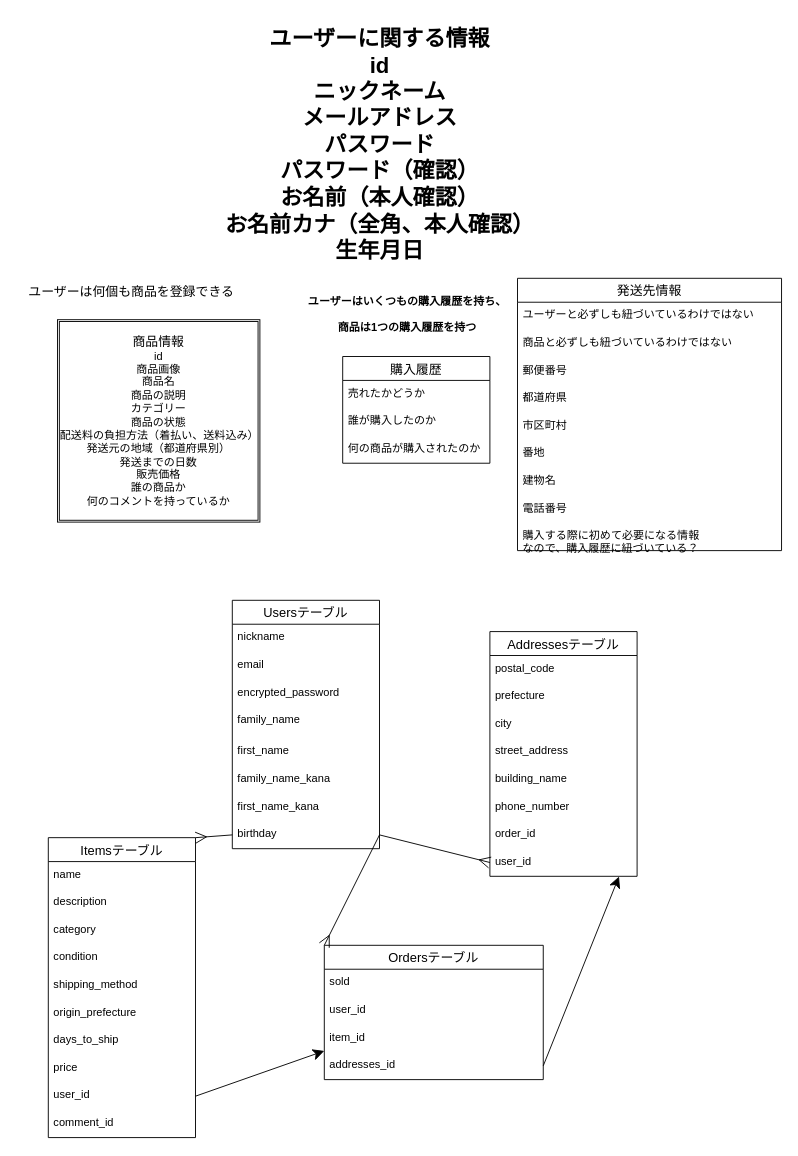
Earlier version of the draw.io diagram ER図.dio (kenkenkaiden/furima-39165). Source tidied: cells renumbered, new cells numbered last; positions are measured from the earlier drawing's top-left corner, leaving out a move shared by most shapes. Both pictures are drawn from the tidied source at 92%, with x=0, y=0 at pixel (16, 16).
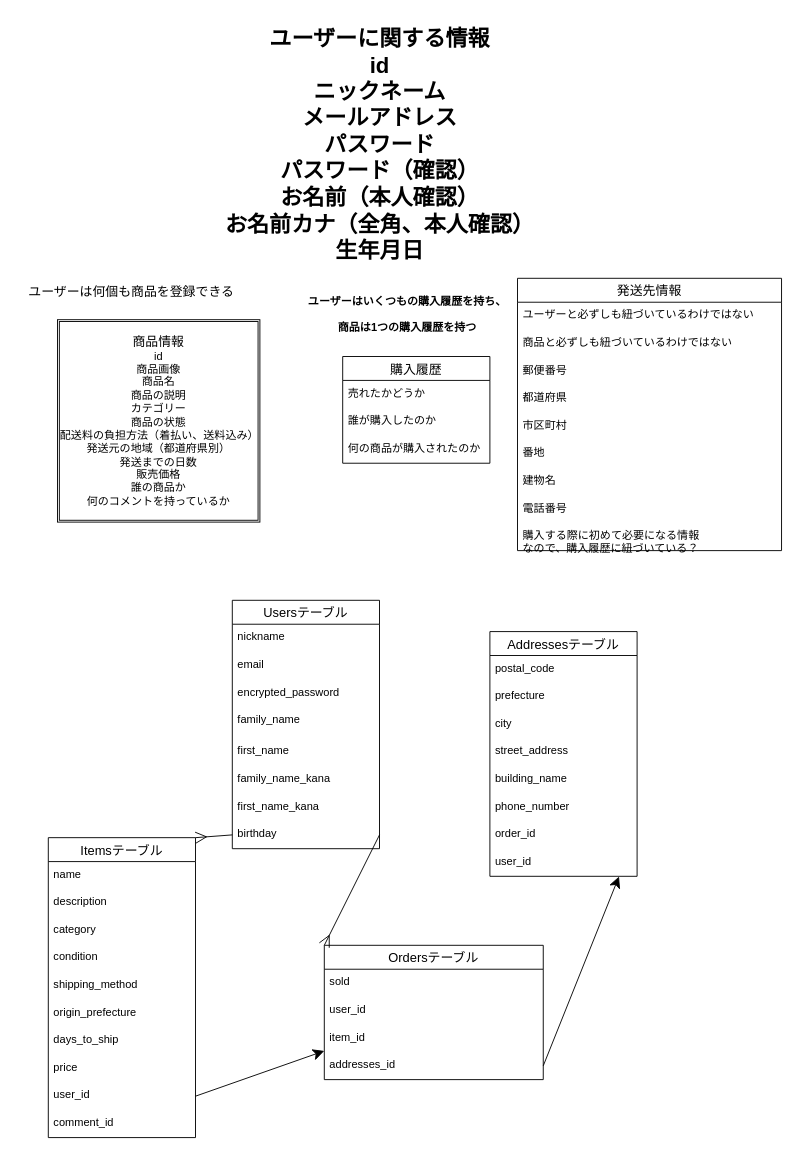
After the change.

Unchanged cells that the change refers to:
```xml
<mxCell id="14" value="birthday" style="text;strokeColor=none;fillColor=none;spacingLeft=4;spacingRight=4;overflow=hidden;points=[[0,0.5],[1,0.5]];portConstraint=eastwest;fontSize=12;" parent="6" vertex="1">
  <mxGeometry y="240" width="160" height="30" as="geometry" />
</mxCell>
<mxCell id="57" value="user_id" style="text;strokeColor=none;fillColor=none;spacingLeft=4;spacingRight=4;overflow=hidden;points=[[0,0.5],[1,0.5]];portConstraint=eastwest;fontSize=12;" parent="49" vertex="1">
  <mxGeometry y="236" width="160" height="30" as="geometry" />
</mxCell>
```

The edit, as a diff of the source:
```diff
@@
-    <mxCell id="58" style="edgeStyle=none;html=1;exitX=1;exitY=0.5;exitDx=0;exitDy=0;entryX=0;entryY=0.5;entryDx=0;entryDy=0;strokeColor=default;fontSize=12;endArrow=ERmany;endFill=0;endSize=10;" parent="1" edge="1" source="14" target="57">
-      <mxGeometry relative="1" as="geometry" />
-    </mxCell>
```
